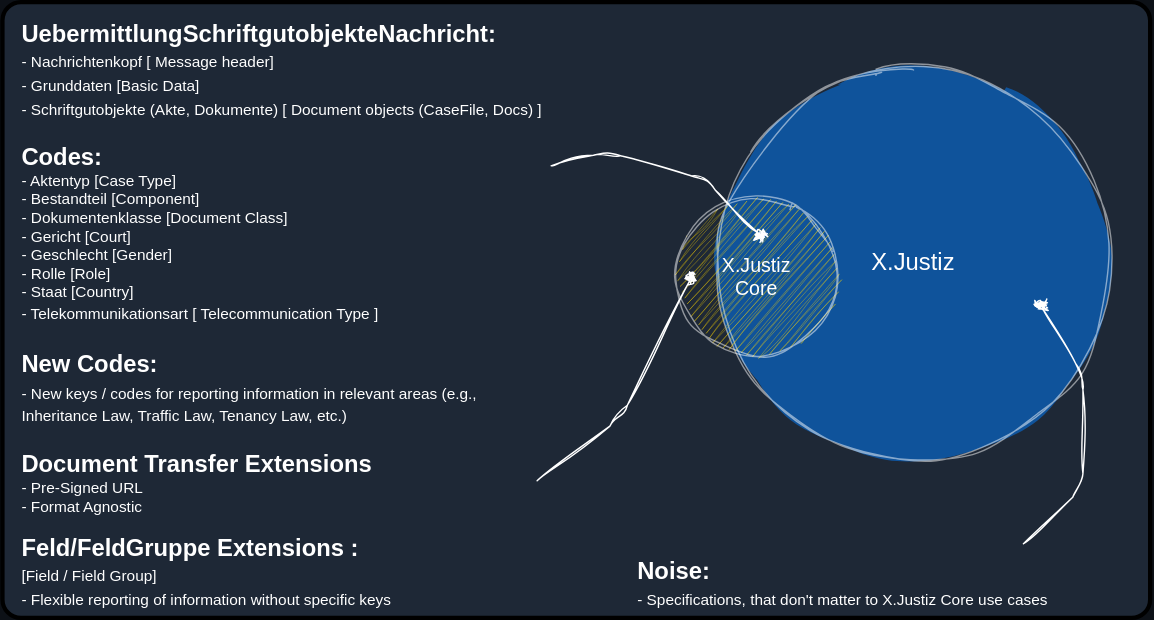
Above: .media/README/xjustizcore-venn_EN.drawio.svg in l-pagel/X.Justiz.Core (draw.io), before the change. Source tidied: cells renumbered, new cells last; positions are measured from the earlier drawing's top-left corner, leaving out a move shared by most shapes.
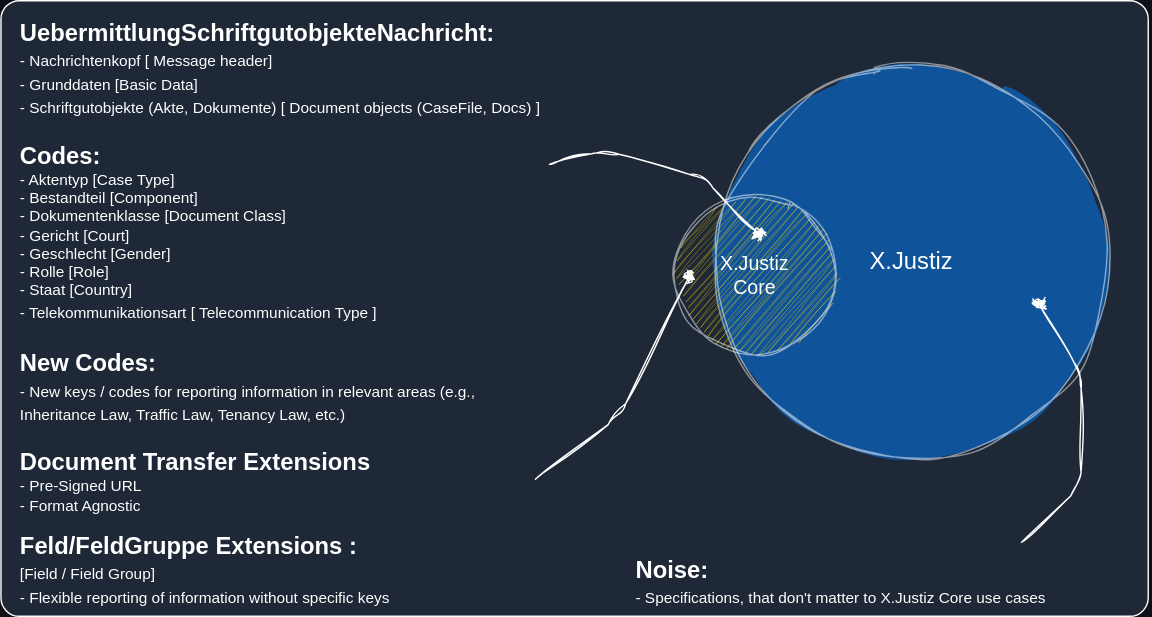
After the commit.

Diff of the diagram source:
```diff
@@ -2,7 +2,7 @@
   <root>
     <mxCell id="0" />
     <mxCell id="1" parent="0" />
-    <mxCell id="2" style="rounded=1;whiteSpace=wrap;html=1;hachureGap=4;fontFamily=Architects Daughter;fontSource=https%3A%2F%2Ffonts.googleapis.com%2Fcss%3Ffamily%3DArchitects%2BDaughter;fontSize=20;fontColor=#FFFFFF;fillColor=#1E2836;strokeWidth=3;glass=0;arcSize=3;fillStyle=auto;" parent="1" vertex="1">
+    <mxCell id="2" style="rounded=1;whiteSpace=wrap;html=1;hachureGap=4;fontFamily=Architects Daughter;fontSource=https%3A%2F%2Ffonts.googleapis.com%2Fcss%3Ffamily%3DArchitects%2BDaughter;fontSize=20;fontColor=#FFFFFF;fillColor=#1E2836;strokeWidth=1;glass=0;arcSize=3;fillStyle=auto;strokeColor=#FFFFFF;" parent="1" vertex="1">
       <mxGeometry width="820" height="440" as="geometry" />
     </mxCell>
     <mxCell id="3" value="&lt;b&gt;&lt;font style=&quot;font-size: 17px;&quot;&gt;UebermittlungSchriftgutobjekteNachricht:&lt;/font&gt;&lt;/b&gt;&lt;br&gt;&lt;div style=&quot;font-size: 13px;&quot;&gt;&lt;/div&gt;&lt;div style=&quot;&quot;&gt;&lt;div style=&quot;&quot;&gt;&lt;div style=&quot;&quot;&gt;&lt;span style=&quot;font-size: 11px; background-color: initial;&quot;&gt;-&amp;nbsp;&lt;/span&gt;&lt;span style=&quot;font-size: 11px; background-color: initial;&quot;&gt;Nachrichtenkopf [&lt;/span&gt;&lt;span style=&quot;background-color: initial; font-size: 11px;&quot;&gt;Message header]&lt;/span&gt;&lt;/div&gt;&lt;div style=&quot;font-size: 11px;&quot;&gt;&lt;/div&gt;&lt;div style=&quot;font-size: 11px;&quot;&gt;&lt;/div&gt;&lt;div style=&quot;&quot;&gt;&lt;span style=&quot;font-size: 11px; background-color: initial;&quot;&gt;-&amp;nbsp;&lt;/span&gt;&lt;span style=&quot;font-size: 11px; background-color: initial;&quot;&gt;Grunddaten [Basic Data]&lt;br&gt;- Schriftgutobjekte (Akte, Dokumente) [&lt;/span&gt;&lt;span style=&quot;background-color: initial; font-size: 11px;&quot;&gt;Document objects (CaseFile, Docs)&lt;/span&gt;&lt;span style=&quot;font-size: 11px; background-color: initial;&quot;&gt;]&lt;/span&gt;&lt;/div&gt;&lt;div style=&quot;&quot;&gt;&lt;span style=&quot;font-size: 11px; background-color: initial;&quot;&gt;&lt;br&gt;&lt;/span&gt;&lt;/div&gt;&lt;div style=&quot;font-size: 11px;&quot;&gt;&lt;/div&gt;&lt;span style=&quot;font-size: 11px; background-color: initial;&quot;&gt;&lt;b&gt;&lt;font style=&quot;font-size: 17px;&quot;&gt;Codes:&lt;/font&gt;&lt;/b&gt;&lt;/span&gt;&lt;/div&gt;&lt;div style=&quot;font-size: 11px;&quot;&gt;&lt;div style=&quot;&quot;&gt;&lt;/div&gt;&lt;/div&gt;&lt;div style=&quot;font-size: 11px;&quot;&gt;&lt;span style=&quot;background-color: initial;&quot;&gt;-&amp;nbsp;&lt;/span&gt;&lt;span style=&quot;background-color: initial;&quot;&gt;Aktentyp [Case Type]&lt;/span&gt;&lt;/div&gt;&lt;div style=&quot;font-size: 11px;&quot;&gt;&lt;/div&gt;&lt;div style=&quot;&quot;&gt;&lt;div style=&quot;font-size: 11px;&quot;&gt;&lt;span style=&quot;background-color: initial;&quot;&gt;-&amp;nbsp;&lt;/span&gt;&lt;span style=&quot;background-color: initial;&quot;&gt;Bestandteil&amp;nbsp;&lt;/span&gt;&lt;span style=&quot;background-color: initial;&quot;&gt;&amp;nbsp;&lt;/span&gt;&lt;span style=&quot;background-color: initial;&quot;&gt;[Component]&lt;/span&gt;&lt;/div&gt;&lt;span style=&quot;font-size: 11px; background-color: initial;&quot;&gt;&lt;div&gt;&lt;span style=&quot;background-color: initial;&quot;&gt;- Dokumentenklasse&amp;nbsp;&lt;/span&gt;&lt;span style=&quot;background-color: initial;&quot;&gt;&amp;nbsp;&lt;/span&gt;&lt;span style=&quot;background-color: initial;&quot;&gt;[Document Class]&lt;/span&gt;&lt;/div&gt;&lt;/span&gt;&lt;span style=&quot;font-size: 11px; background-color: initial;&quot;&gt;&lt;div&gt;&lt;span style=&quot;background-color: initial;&quot;&gt;- Gericht&amp;nbsp;&lt;/span&gt;&lt;span style=&quot;background-color: initial;&quot;&gt;&amp;nbsp;&lt;/span&gt;&lt;span style=&quot;background-color: initial;&quot;&gt;[Court]&lt;/span&gt;&lt;/div&gt;&lt;/span&gt;&lt;span style=&quot;font-size: 11px; background-color: initial;&quot;&gt;&lt;div&gt;&lt;span style=&quot;background-color: initial;&quot;&gt;- Geschlecht&lt;/span&gt;&lt;span style=&quot;background-color: initial;&quot;&gt;&amp;nbsp;&lt;/span&gt;&lt;span style=&quot;background-color: initial;&quot;&gt;[Gender]&lt;/span&gt;&lt;/div&gt;&lt;/span&gt;&lt;span style=&quot;font-size: 11px; background-color: initial;&quot;&gt;&lt;div&gt;&lt;span style=&quot;background-color: initial;&quot;&gt;- Rolle&lt;/span&gt;&lt;span style=&quot;background-color: initial;&quot;&gt;&amp;nbsp;&lt;/span&gt;&lt;span style=&quot;background-color: initial;&quot;&gt;[Role]&lt;/span&gt;&lt;/div&gt;&lt;/span&gt;&lt;span style=&quot;font-size: 11px; background-color: initial;&quot;&gt;&lt;div&gt;&lt;span style=&quot;background-color: initial;&quot;&gt;- Staat&lt;/span&gt;&lt;span style=&quot;background-color: initial;&quot;&gt;&amp;nbsp;&lt;/span&gt;&lt;span style=&quot;background-color: initial;&quot;&gt;[Country]&lt;/span&gt;&lt;/div&gt;&lt;/span&gt;&lt;span style=&quot;background-color: initial;&quot;&gt;&lt;div style=&quot;&quot;&gt;&lt;span style=&quot;font-size: 11px; background-color: initial;&quot;&gt;- Telekommunikationsart&lt;/span&gt;&lt;span style=&quot;font-size: 11px; background-color: initial;&quot;&gt;&amp;nbsp;&lt;/span&gt;&lt;span style=&quot;font-size: 11px; background-color: initial;&quot;&gt;[&lt;/span&gt;&lt;span style=&quot;background-color: initial; font-size: 11px;&quot;&gt;Telecommunication Type&lt;/span&gt;&lt;span style=&quot;font-size: 11px; background-color: initial;&quot;&gt;]&lt;/span&gt;&lt;/div&gt;&lt;div style=&quot;font-size: 11px;&quot;&gt;&lt;/div&gt;&lt;/span&gt;&lt;/div&gt;&lt;/div&gt;&lt;div style=&quot;&quot;&gt;&lt;/div&gt;" style="text;html=1;strokeColor=none;fillColor=none;align=left;verticalAlign=top;whiteSpace=wrap;rounded=0;fillStyle=auto;fontSize=14;opacity=50;sketch=1;curveFitting=1;jiggle=2;glass=0;fontColor=#FFFFFF;" parent="1" vertex="1">
```
